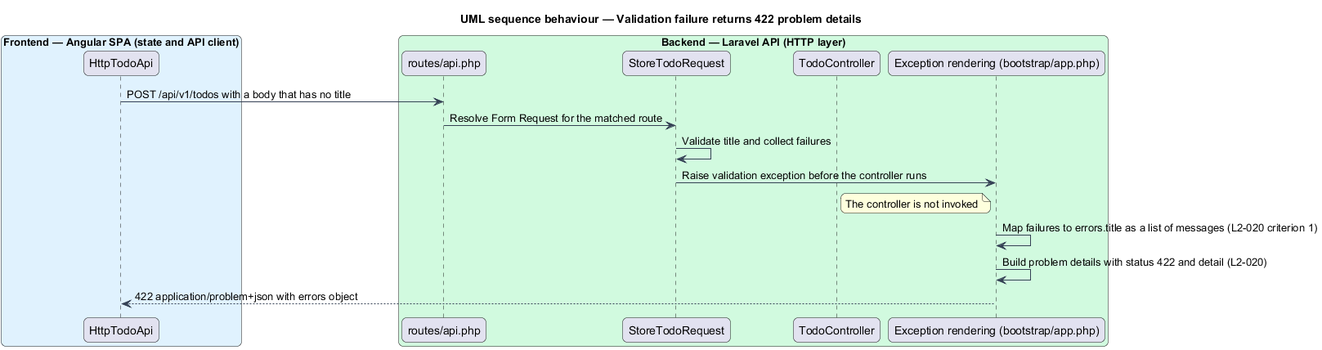
The PlantUML diagram docs/detailed-designs/api-platform/rest-api-contract/diagrams/sequence-validation-error.png in QuinntyneBrown/php-todo-lab, before a commit.
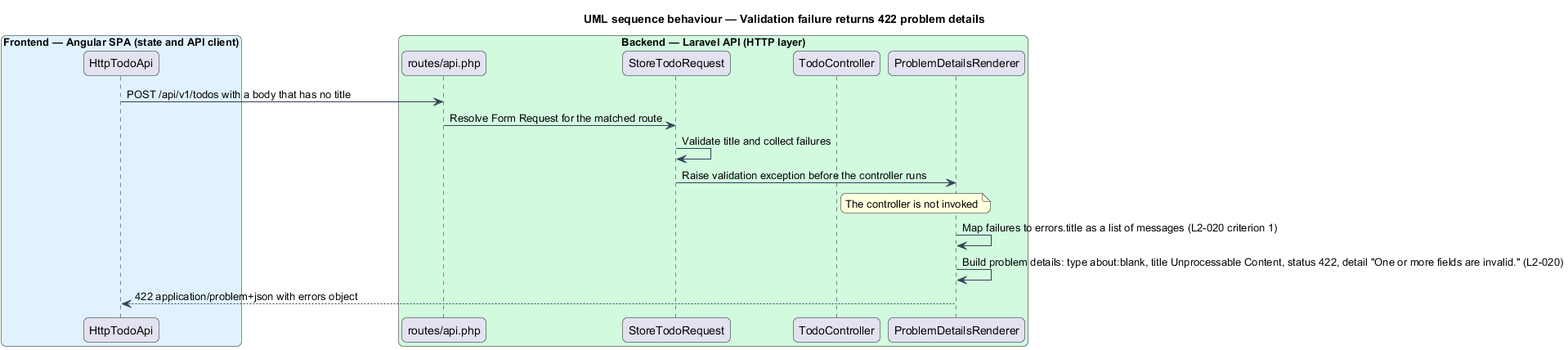
After the change.

Change to the diagram source:
```diff
@@ -21,7 +21,7 @@
   participant "routes/api.php" as routes
   participant "StoreTodoRequest" as req
   participant "TodoController" as ctrl
-  participant "Exception rendering (bootstrap/app.php)" as errors
+  participant "ProblemDetailsRenderer" as errors
 end box
 client -> routes : POST /api/v1/todos with a body that has no title
 routes -> req : Resolve Form Request for the matched route
@@ -29,6 +29,6 @@
 req -> errors : Raise validation exception before the controller runs
 note right of ctrl : The controller is not invoked
 errors -> errors : Map failures to errors.title as a list of messages (L2-020 criterion 1)
-errors -> errors : Build problem details with status 422 and detail (L2-020)
+errors -> errors : Build problem details: type about:blank, title Unprocessable Content, status 422, detail "One or more fields are invalid." (L2-020)
 errors --> client : 422 application/problem+json with errors object
 @enduml
```
